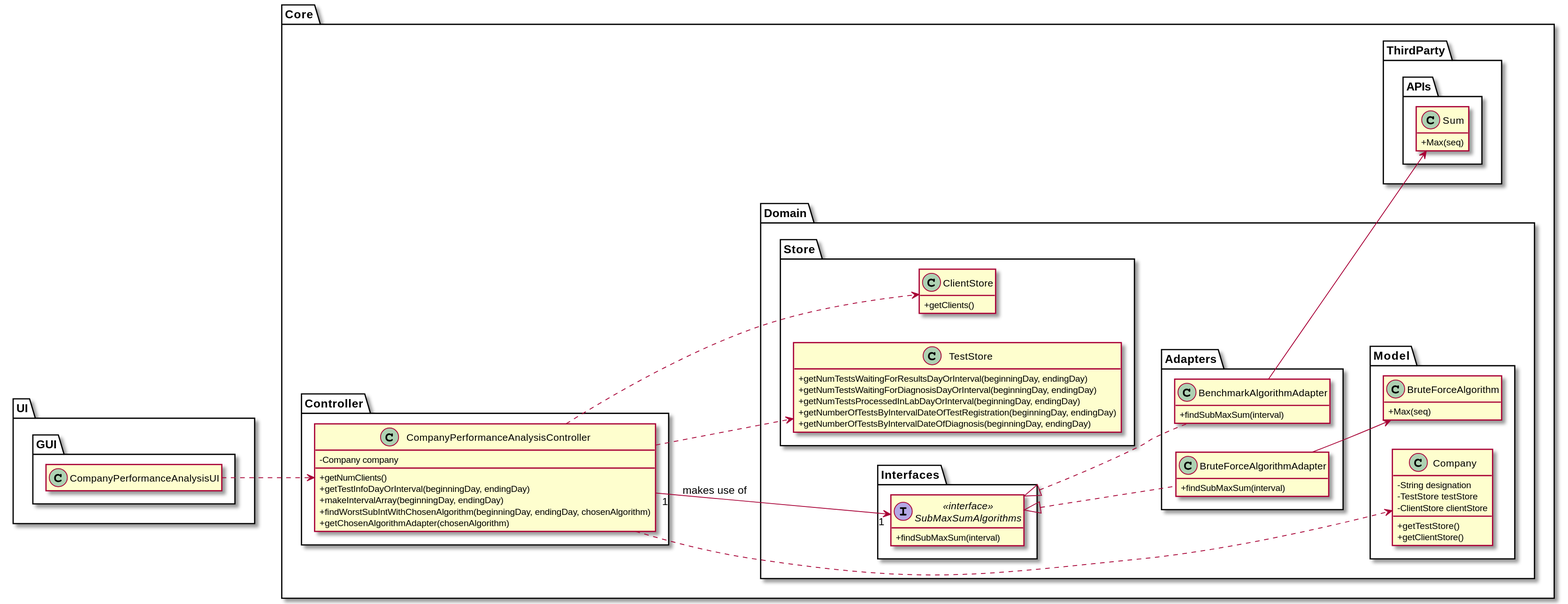
The PlantUML diagram docs/SprintD/US_16/US016_CD_WithPackages.svg in ana-albergaria/LAPR2-ISEP, before a commit.
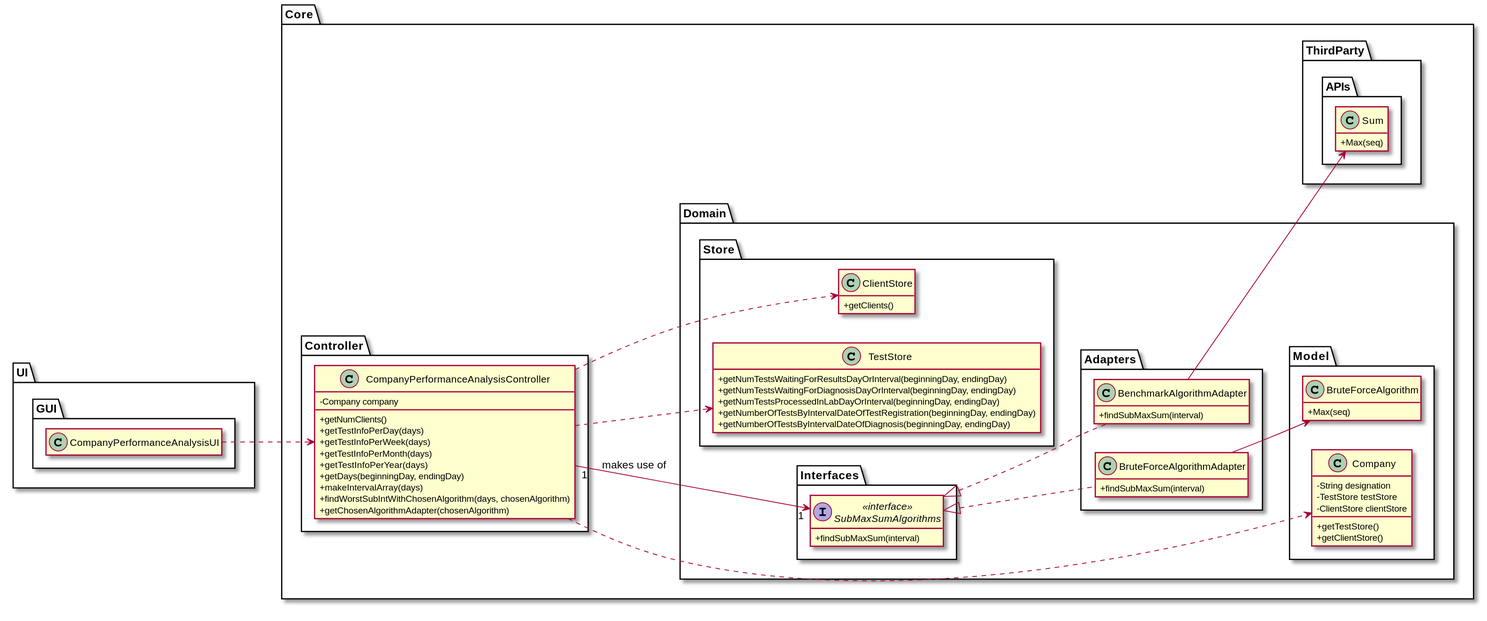
After the change.

The edit, as a diff of the source:
```diff
@@ -67,9 +67,13 @@
 class CompanyPerformanceAnalysisController{
     -Company company
     +getNumClients()
-    +getTestInfoDayOrInterval(beginningDay, endingDay)
-    +makeIntervalArray(beginningDay, endingDay)
-    +findWorstSubIntWithChosenAlgorithm(beginningDay, endingDay, chosenAlgorithm)
+    +getTestInfoPerDay(days)
+    +getTestInfoPerWeek(days)
+    +getTestInfoPerMonth(days)
+    +getTestInfoPerYear(days)
+    +getDays(beginningDay, endingDay)
+    +makeIntervalArray(days)
+    +findWorstSubIntWithChosenAlgorithm(days, chosenAlgorithm)
     +getChosenAlgorithmAdapter(chosenAlgorithm)
 }
 
```
